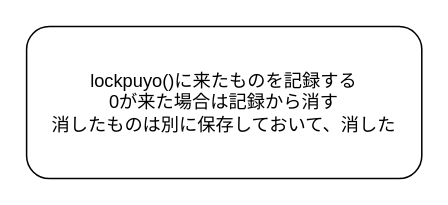
Before: page "ぷよ譜記録" (5 of 6) of memo.drawio in tanaka774/puyo_mountain, a draw.io diagram. Source tidied: cells renumbered, new cells numbered last; positions are measured from the earlier drawing's top-left corner, leaving out a move shared by most shapes. Both pictures are drawn from the tidied source at 152%, with x=0, y=0 at pixel (26, 26).
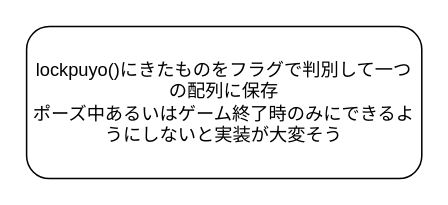
The same page after the edit.

What changed in the source:
```diff
@@
 <mxGraphModel>
   <root>
     <mxCell id="0" />
     <mxCell id="1" parent="0" />
-    <mxCell id="2" value="lockpuyo()に来たものを記録する&lt;br&gt;0が来た場合は記録から消す&lt;br&gt;消したものは別に保存しておいて、消した" style="rounded=1;whiteSpace=wrap;html=1;" parent="1" vertex="1">
+    <mxCell id="2" value="lockpuyo()にきたものをフラグで判別して一つの配列に保存&lt;br&gt;ポーズ中あるいはゲーム終了時のみにできるようにしないと実装が大変そう" style="rounded=1;whiteSpace=wrap;html=1;" parent="1" vertex="1">
       <mxGeometry width="260" height="100" as="geometry" />
     </mxCell>
   </root>
 </mxGraphModel>
```
